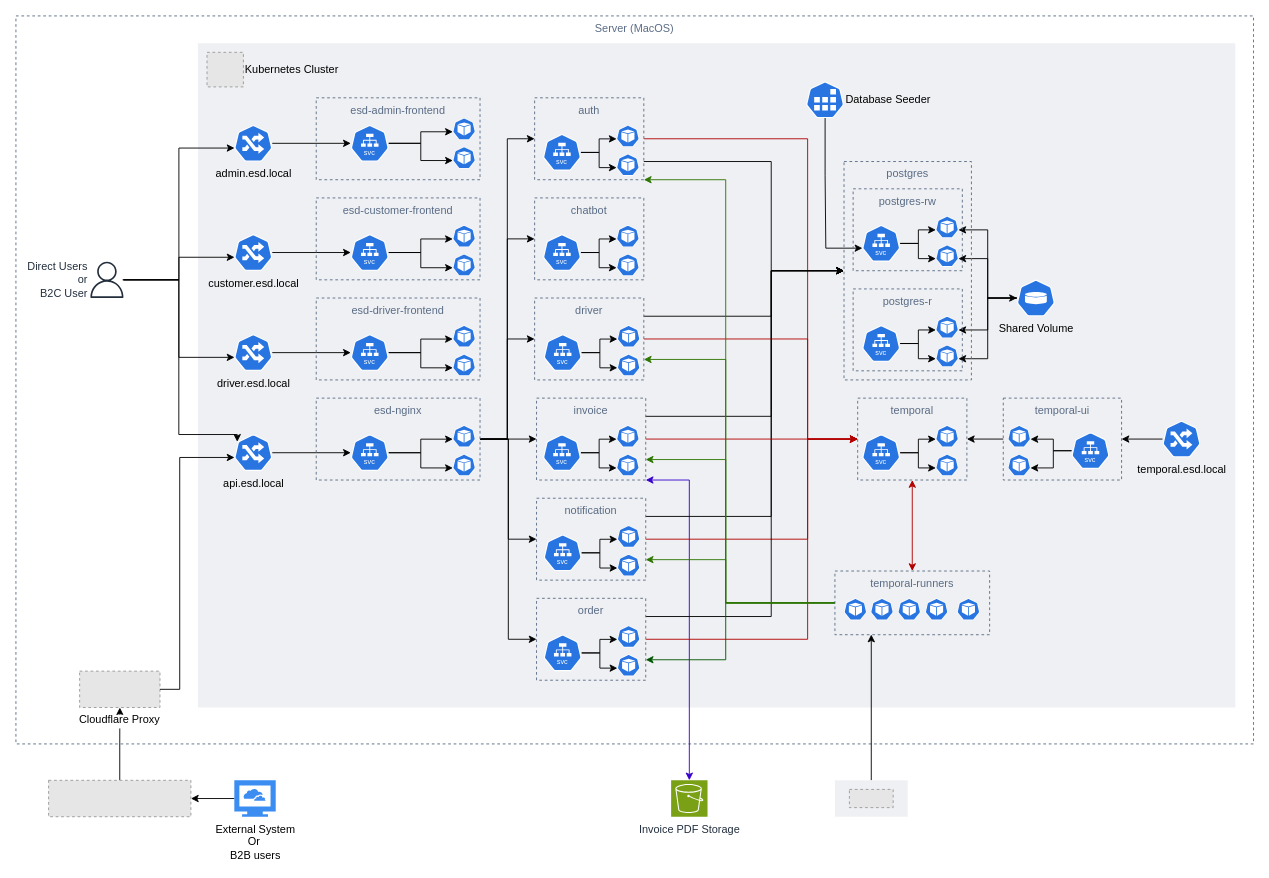
This is diagrams/kubernetes.drawio from darkliyznyanlin910/esd-2425T2, a draw.io file, before an edit. Source tidied: cells renumbered, new cells numbered last; positions are measured from the earlier drawing's top-left corner, leaving out a move shared by most shapes. Both pictures are drawn from the tidied source at 91%, with x=0, y=0 at pixel (15, 15). Pictures stored in the file or linked from it are replaced by grey dashed boxes.
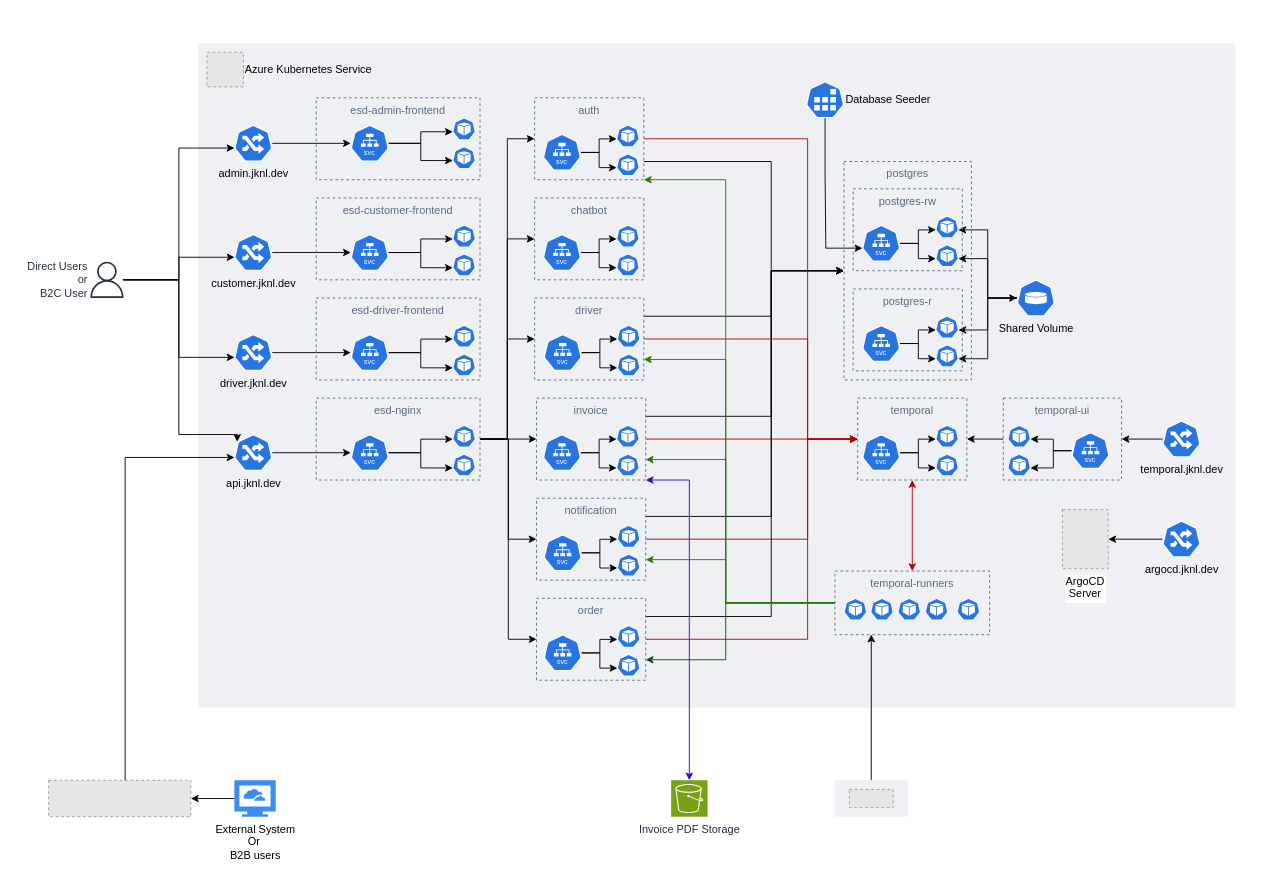
After the change.

The change refers to these unchanged cells:
```xml
<mxCell id="6" style="fillColor=#E6E6E6;strokeColor=#999999;dashed=1;verticalLabelPosition=bottom;labelBackgroundColor=default;verticalAlign=top;" parent="1" vertex="1">
  <mxGeometry x="35.9" y="840" width="156.4" height="40" as="geometry" />
</mxCell>
```

Diff of the diagram source:
```diff
@@
-    <mxCell id="4" value="Kubernetes Cluster" style="fillColor=#E6E6E6;strokeColor=#999999;dashed=1;html=1;verticalLabelPosition=middle;labelBackgroundColor=none;verticalAlign=middle;fontColor=default;labelPosition=right;align=left;" parent="1" vertex="1">
+    <mxCell id="4" value="Azure Kubernetes Service" style="fillColor=#E6E6E6;strokeColor=#999999;dashed=1;html=1;verticalLabelPosition=middle;labelBackgroundColor=none;verticalAlign=middle;fontColor=default;labelPosition=right;align=left;" parent="1" vertex="1">
       <mxGeometry x="210" y="40" width="40" height="38" as="geometry" />
     </mxCell>
-    <mxCell id="5" style="edgeStyle=orthogonalEdgeStyle;rounded=0;jettySize=auto;html=1;" parent="1" edge="1" source="6" target="13">
-      <mxGeometry relative="1" as="geometry" />
-    </mxCell>
@@
-    <mxCell id="13" value="Cloudflare Proxy" style="fillColor=#E6E6E6;strokeColor=#999999;dashed=1;verticalLabelPosition=bottom;labelBackgroundColor=default;verticalAlign=top;" parent="1" vertex="1">
-      <mxGeometry x="70" y="720" width="88.3" height="40" as="geometry" />
-    </mxCell>
-    <mxCell id="14" style="edgeStyle=orthogonalEdgeStyle;rounded=0;jettySize=auto;html=1;entryX=0.005;entryY=0.63;entryDx=0;entryDy=0;entryPerimeter=0;" parent="1" edge="1" source="13" target="25">
-      <mxGeometry relative="1" as="geometry">
-        <Array as="points">
-          <mxPoint x="180" y="740" />
-          <mxPoint x="180" y="485" />
-        </Array>
-      </mxGeometry>
-    </mxCell>
@@
-    <mxCell id="16" value="Server (MacOS)" style="fillColor=none;strokeColor=#5A6C86;dashed=1;verticalAlign=top;fontStyle=0;fontColor=#5A6C86;whiteSpace=wrap;html=1;" parent="1" vertex="1">
-      <mxGeometry width="1360" height="800" as="geometry" />
-    </mxCell>
+    <mxCell id="180" style="edgeStyle=orthogonalEdgeStyle;rounded=0;jettySize=auto;html=1;entryX=0.005;entryY=0.63;entryDx=0;entryDy=0;entryPerimeter=0;" parent="1" edge="1" source="6" target="25">
+      <mxGeometry relative="1" as="geometry">
+        <Array as="points">
+          <mxPoint x="120" y="485" />
+        </Array>
+      </mxGeometry>
+    </mxCell>
+    <mxCell id="181" value="ArgoCD&#10;Server" style="fillColor=#E6E6E6;strokeColor=#999999;dashed=1;verticalLabelPosition=bottom;labelBackgroundColor=default;verticalAlign=top;" parent="1" vertex="1">
+      <mxGeometry x="1150" y="542.5" width="50.4" height="65" as="geometry" />
+    </mxCell>
+    <mxCell id="182" style="edgeStyle=orthogonalEdgeStyle;rounded=0;jettySize=auto;html=1;" parent="1" edge="1" source="183" target="181">
+      <mxGeometry relative="1" as="geometry" />
+    </mxCell>
+    <mxCell id="183" value="argocd.jknl.dev" style="sketch=0;html=1;dashed=0;whitespace=wrap;verticalLabelPosition=bottom;verticalAlign=top;fillColor=#2875E2;strokeColor=#ffffff;points=[[0.005,0.63,0],[0.1,0.2,0],[0.9,0.2,0],[0.5,0,0],[0.995,0.63,0],[0.72,0.99,0],[0.5,1,0],[0.28,0.99,0]];shape=mxgraph.kubernetes.icon2;prIcon=ing;" parent="1" vertex="1">
+      <mxGeometry x="1260" y="555" width="41.7" height="40" as="geometry" />
+    </mxCell>
@@
-    <mxCell id="19" value="admin.esd.local" style="sketch=0;html=1;dashed=0;whitespace=wrap;verticalLabelPosition=bottom;verticalAlign=top;fillColor=#2875E2;strokeColor=#ffffff;points=[[0.005,0.63,0],[0.1,0.2,0],[0.9,0.2,0],[0.5,0,0],[0.995,0.63,0],[0.72,0.99,0],[0.5,1,0],[0.28,0.99,0]];shape=mxgraph.kubernetes.icon2;prIcon=ing;" parent="17" vertex="1">
+    <mxCell id="19" value="admin.jknl.dev" style="sketch=0;html=1;dashed=0;whitespace=wrap;verticalLabelPosition=bottom;verticalAlign=top;fillColor=#2875E2;strokeColor=#ffffff;points=[[0.005,0.63,0],[0.1,0.2,0],[0.9,0.2,0],[0.5,0,0],[0.995,0.63,0],[0.72,0.99,0],[0.5,1,0],[0.28,0.99,0]];shape=mxgraph.kubernetes.icon2;prIcon=ing;" parent="17" vertex="1">
       <mxGeometry x="240" y="120" width="41.7" height="40" as="geometry" />
     </mxCell>
@@
-    <mxCell id="21" value="customer.esd.local" style="sketch=0;html=1;dashed=0;whitespace=wrap;verticalLabelPosition=bottom;verticalAlign=top;fillColor=#2875E2;strokeColor=#ffffff;points=[[0.005,0.63,0],[0.1,0.2,0],[0.9,0.2,0],[0.5,0,0],[0.995,0.63,0],[0.72,0.99,0],[0.5,1,0],[0.28,0.99,0]];shape=mxgraph.kubernetes.icon2;prIcon=ing;" parent="17" vertex="1">
+    <mxCell id="21" value="customer.jknl.dev" style="sketch=0;html=1;dashed=0;whitespace=wrap;verticalLabelPosition=bottom;verticalAlign=top;fillColor=#2875E2;strokeColor=#ffffff;points=[[0.005,0.63,0],[0.1,0.2,0],[0.9,0.2,0],[0.5,0,0],[0.995,0.63,0],[0.72,0.99,0],[0.5,1,0],[0.28,0.99,0]];shape=mxgraph.kubernetes.icon2;prIcon=ing;" parent="17" vertex="1">
       <mxGeometry x="240" y="240" width="41.7" height="40" as="geometry" />
     </mxCell>
@@
-    <mxCell id="23" value="driver.esd.local" style="sketch=0;html=1;dashed=0;whitespace=wrap;verticalLabelPosition=bottom;verticalAlign=top;fillColor=#2875E2;strokeColor=#ffffff;points=[[0.005,0.63,0],[0.1,0.2,0],[0.9,0.2,0],[0.5,0,0],[0.995,0.63,0],[0.72,0.99,0],[0.5,1,0],[0.28,0.99,0]];shape=mxgraph.kubernetes.icon2;prIcon=ing;" parent="17" vertex="1">
+    <mxCell id="23" value="driver.jknl.dev" style="sketch=0;html=1;dashed=0;whitespace=wrap;verticalLabelPosition=bottom;verticalAlign=top;fillColor=#2875E2;strokeColor=#ffffff;points=[[0.005,0.63,0],[0.1,0.2,0],[0.9,0.2,0],[0.5,0,0],[0.995,0.63,0],[0.72,0.99,0],[0.5,1,0],[0.28,0.99,0]];shape=mxgraph.kubernetes.icon2;prIcon=ing;" parent="17" vertex="1">
       <mxGeometry x="240" y="350" width="41.7" height="40" as="geometry" />
     </mxCell>
@@
-    <mxCell id="25" value="api.esd.local" style="sketch=0;html=1;dashed=0;whitespace=wrap;verticalLabelPosition=bottom;verticalAlign=top;fillColor=#2875E2;strokeColor=#ffffff;points=[[0.005,0.63,0],[0.1,0.2,0],[0.9,0.2,0],[0.5,0,0],[0.995,0.63,0],[0.72,0.99,0],[0.5,1,0],[0.28,0.99,0]];shape=mxgraph.kubernetes.icon2;prIcon=ing;" parent="17" vertex="1">
+    <mxCell id="25" value="api.jknl.dev" style="sketch=0;html=1;dashed=0;whitespace=wrap;verticalLabelPosition=bottom;verticalAlign=top;fillColor=#2875E2;strokeColor=#ffffff;points=[[0.005,0.63,0],[0.1,0.2,0],[0.9,0.2,0],[0.5,0,0],[0.995,0.63,0],[0.72,0.99,0],[0.5,1,0],[0.28,0.99,0]];shape=mxgraph.kubernetes.icon2;prIcon=ing;" parent="17" vertex="1">
       <mxGeometry x="240" y="460" width="41.7" height="40" as="geometry" />
     </mxCell>
@@
-    <mxCell id="120" value="temporal.esd.local" style="sketch=0;html=1;dashed=0;whitespace=wrap;verticalLabelPosition=bottom;verticalAlign=top;fillColor=#2875E2;strokeColor=#ffffff;points=[[0.005,0.63,0],[0.1,0.2,0],[0.9,0.2,0],[0.5,0,0],[0.995,0.63,0],[0.72,0.99,0],[0.5,1,0],[0.28,0.99,0]];shape=mxgraph.kubernetes.icon2;prIcon=ing;" parent="17" vertex="1">
+    <mxCell id="120" value="temporal.jknl.dev" style="sketch=0;html=1;dashed=0;whitespace=wrap;verticalLabelPosition=bottom;verticalAlign=top;fillColor=#2875E2;strokeColor=#ffffff;points=[[0.005,0.63,0],[0.1,0.2,0],[0.9,0.2,0],[0.5,0,0],[0.995,0.63,0],[0.72,0.99,0],[0.5,1,0],[0.28,0.99,0]];shape=mxgraph.kubernetes.icon2;prIcon=ing;" parent="17" vertex="1">
       <mxGeometry x="1260" y="445" width="41.7" height="40" as="geometry" />
     </mxCell>
```
